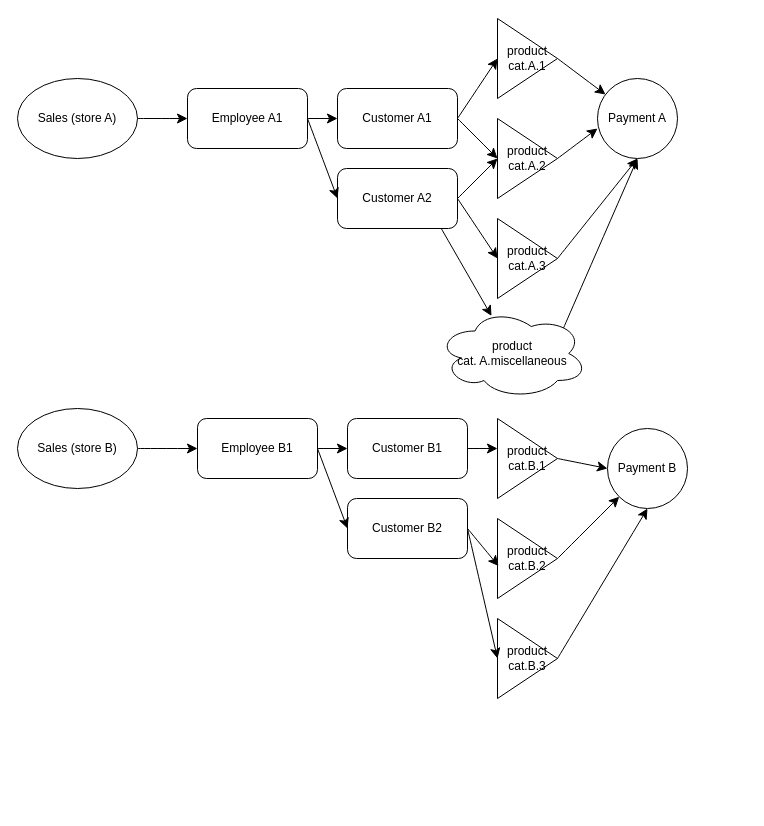
Earlier version of the draw.io diagram Module_1/Lab_18_SQL-Queries/Untitled Diagram.drawio (chatlapin/DAFT_0410). Source tidied: cells renumbered, new cells numbered last; positions are measured from the earlier drawing's top-left corner, leaving out a move shared by most shapes. Both pictures are drawn from the tidied source at 100%, with x=0, y=0 at pixel (17, 18).
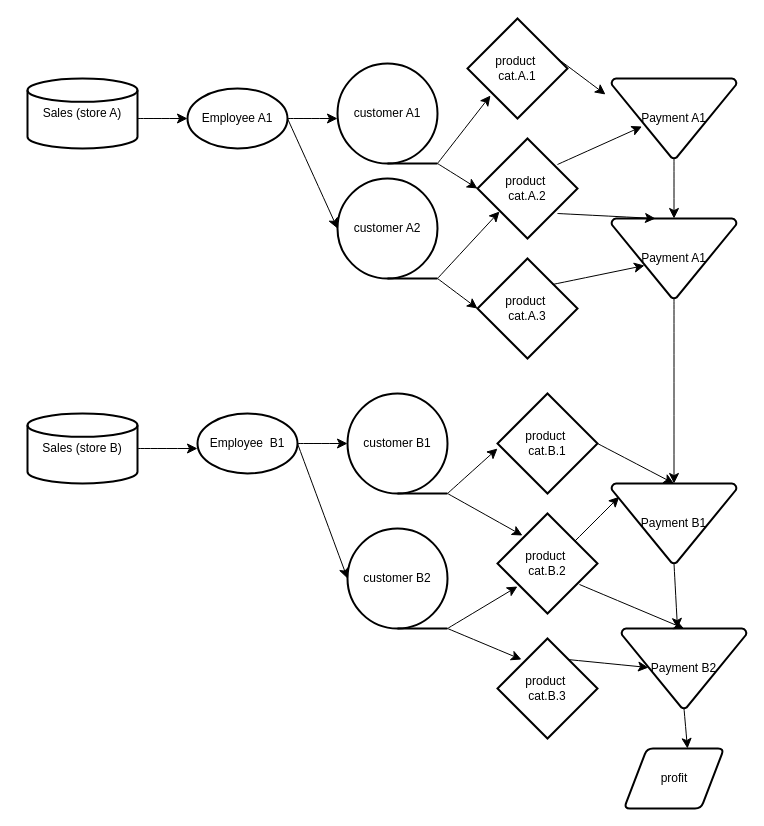
After the change.

What changed in the source:
```diff
@@
-    <mxCell id="2" value="Sales (store A)" style="ellipse;whiteSpace=wrap;html=1;" parent="1" vertex="1">
-      <mxGeometry y="60" width="120" height="80" as="geometry" />
-    </mxCell>
-    <mxCell id="3" value="Employee A1" style="rounded=1;whiteSpace=wrap;html=1;" parent="1" vertex="1">
-      <mxGeometry x="170" y="70" width="120" height="60" as="geometry" />
-    </mxCell>
-    <mxCell id="4" value="Customer A1" style="rounded=1;whiteSpace=wrap;html=1;" parent="1" vertex="1">
-      <mxGeometry x="320" y="70" width="120" height="60" as="geometry" />
-    </mxCell>
-    <mxCell id="5" value="product cat.A.1" style="triangle;whiteSpace=wrap;html=1;" parent="1" vertex="1">
-      <mxGeometry x="480" width="60" height="80" as="geometry" />
-    </mxCell>
-    <mxCell id="6" value="product cat.A.2" style="triangle;whiteSpace=wrap;html=1;" parent="1" vertex="1">
-      <mxGeometry x="480" y="100" width="60" height="80" as="geometry" />
-    </mxCell>
-    <mxCell id="7" value="product&lt;br&gt;cat.A.3" style="triangle;whiteSpace=wrap;html=1;" parent="1" vertex="1">
-      <mxGeometry x="480" y="200" width="60" height="80" as="geometry" />
-    </mxCell>
-    <mxCell id="8" value="product&lt;br&gt;cat. A.miscellaneous" style="ellipse;shape=cloud;whiteSpace=wrap;html=1;" parent="1" vertex="1">
-      <mxGeometry x="420" y="290" width="150" height="90" as="geometry" />
-    </mxCell>
-    <mxCell id="9" value="Payment A" style="ellipse;whiteSpace=wrap;html=1;" parent="1" vertex="1">
-      <mxGeometry x="580" y="60" width="80" height="80" as="geometry" />
-    </mxCell>
-    <mxCell id="10" value="Customer A2" style="rounded=1;whiteSpace=wrap;html=1;" parent="1" vertex="1">
-      <mxGeometry x="320" y="150" width="120" height="60" as="geometry" />
-    </mxCell>
-    <mxCell id="11" value="Sales (store B)" style="ellipse;whiteSpace=wrap;html=1;" parent="1" vertex="1">
-      <mxGeometry y="390" width="120" height="80" as="geometry" />
-    </mxCell>
-    <mxCell id="12" value="Employee B1" style="rounded=1;whiteSpace=wrap;html=1;" parent="1" vertex="1">
-      <mxGeometry x="180" y="400" width="120" height="60" as="geometry" />
-    </mxCell>
-    <mxCell id="13" value="Customer B1" style="rounded=1;whiteSpace=wrap;html=1;" parent="1" vertex="1">
-      <mxGeometry x="330" y="400" width="120" height="60" as="geometry" />
-    </mxCell>
-    <mxCell id="14" value="Customer B2" style="rounded=1;whiteSpace=wrap;html=1;" parent="1" vertex="1">
-      <mxGeometry x="330" y="480" width="120" height="60" as="geometry" />
-    </mxCell>
-    <mxCell id="15" value="product cat.B.1" style="triangle;whiteSpace=wrap;html=1;" parent="1" vertex="1">
-      <mxGeometry x="480" y="400" width="60" height="80" as="geometry" />
-    </mxCell>
-    <mxCell id="16" value="product cat.B.2" style="triangle;whiteSpace=wrap;html=1;" parent="1" vertex="1">
-      <mxGeometry x="480" y="500" width="60" height="80" as="geometry" />
-    </mxCell>
-    <mxCell id="17" value="product cat.B.3" style="triangle;whiteSpace=wrap;html=1;" parent="1" vertex="1">
-      <mxGeometry x="480" y="600" width="60" height="80" as="geometry" />
-    </mxCell>
-    <mxCell id="18" value="Payment B" style="ellipse;whiteSpace=wrap;html=1;" parent="1" vertex="1">
-      <mxGeometry x="590" y="410" width="80" height="80" as="geometry" />
-    </mxCell>
-    <mxCell id="19" style="endArrow=classic;html=1;rounded=0;fontSize=12;startSize=8;endSize=8;curved=1;exitX=1;exitY=0.5;exitDx=0;exitDy=0;entryX=0;entryY=0.5;entryDx=0;entryDy=0;" parent="1" edge="1" source="2" target="3">
-      <mxGeometry relative="1" as="geometry" />
+    <mxCell id="19" style="endArrow=classic;html=1;rounded=0;fontSize=12;startSize=8;endSize=8;curved=1;exitX=1;exitY=0.5;exitDx=0;exitDy=0;entryX=0;entryY=0.5;entryDx=0;entryDy=0;" parent="1" edge="1">
+      <mxGeometry relative="1" as="geometry">
+        <mxPoint x="120" y="100" as="sourcePoint" />
+        <mxPoint x="170" y="100" as="targetPoint" />
+      </mxGeometry>
     </mxCell>
-    <mxCell id="20" style="endArrow=classic;html=1;rounded=0;fontSize=12;startSize=8;endSize=8;curved=1;exitX=1;exitY=0.5;exitDx=0;exitDy=0;entryX=0;entryY=0.5;entryDx=0;entryDy=0;" parent="1" edge="1" source="11" target="12">
-      <mxGeometry relative="1" as="geometry" />
+    <mxCell id="20" style="endArrow=classic;html=1;rounded=0;fontSize=12;startSize=8;endSize=8;curved=1;exitX=1;exitY=0.5;exitDx=0;exitDy=0;entryX=0;entryY=0.5;entryDx=0;entryDy=0;" parent="1" edge="1">
+      <mxGeometry relative="1" as="geometry">
+        <mxPoint x="120" y="430" as="sourcePoint" />
+        <mxPoint x="180" y="430" as="targetPoint" />
+      </mxGeometry>
     </mxCell>
-    <mxCell id="21" style="endArrow=classic;html=1;rounded=0;fontSize=12;startSize=8;endSize=8;curved=1;exitX=1;exitY=0.5;exitDx=0;exitDy=0;entryX=0;entryY=0.5;entryDx=0;entryDy=0;" parent="1" edge="1" source="3" target="4">
-      <mxGeometry relative="1" as="geometry" />
+    <mxCell id="21" style="endArrow=classic;html=1;rounded=0;fontSize=12;startSize=8;endSize=8;curved=1;exitX=1;exitY=0.5;exitDx=0;exitDy=0;entryX=0;entryY=0.5;entryDx=0;entryDy=0;exitPerimeter=0;" parent="1" edge="1" source="3">
+      <mxGeometry relative="1" as="geometry">
+        <mxPoint x="320" y="100" as="targetPoint" />
+      </mxGeometry>
     </mxCell>
-    <mxCell id="22" style="endArrow=classic;html=1;rounded=0;fontSize=12;startSize=8;endSize=8;curved=1;exitX=1;exitY=0.5;exitDx=0;exitDy=0;entryX=0;entryY=0.5;entryDx=0;entryDy=0;" parent="1" edge="1" source="3" target="10">
+    <mxCell id="22" style="endArrow=classic;html=1;rounded=0;fontSize=12;startSize=8;endSize=8;curved=1;exitX=1;exitY=0.5;exitDx=0;exitDy=0;entryX=0;entryY=0.5;entryDx=0;entryDy=0;exitPerimeter=0;entryPerimeter=0;" parent="1" edge="1" source="3" target="42">
       <mxGeometry relative="1" as="geometry" />
     </mxCell>
-    <mxCell id="23" style="endArrow=classic;html=1;rounded=0;fontSize=12;startSize=8;endSize=8;curved=1;exitX=1;exitY=0.5;exitDx=0;exitDy=0;entryX=0;entryY=0.5;entryDx=0;entryDy=0;" parent="1" edge="1" source="4" target="5">
-      <mxGeometry relative="1" as="geometry" />
-    </mxCell>
-    <mxCell id="24" style="endArrow=classic;html=1;rounded=0;fontSize=12;startSize=8;endSize=8;curved=1;exitX=1;exitY=0.5;exitDx=0;exitDy=0;entryX=0;entryY=0.5;entryDx=0;entryDy=0;" parent="1" edge="1" source="10" target="6">
-      <mxGeometry relative="1" as="geometry" />
-    </mxCell>
-    <mxCell id="25" style="endArrow=classic;html=1;rounded=0;fontSize=12;startSize=8;endSize=8;curved=1;exitX=1;exitY=0.5;exitDx=0;exitDy=0;entryX=0;entryY=0.5;entryDx=0;entryDy=0;" parent="1" edge="1" source="10" target="7">
-      <mxGeometry relative="1" as="geometry" />
-    </mxCell>
-    <mxCell id="26" style="endArrow=classic;html=1;rounded=0;fontSize=12;startSize=8;endSize=8;curved=1;exitX=1;exitY=0.5;exitDx=0;exitDy=0;entryX=0;entryY=0.5;entryDx=0;entryDy=0;" parent="1" edge="1" source="4" target="6">
+    <mxCell id="26" style="endArrow=classic;html=1;rounded=0;fontSize=12;startSize=8;endSize=8;curved=1;exitX=1;exitY=1;exitDx=0;exitDy=0;entryX=0.23;entryY=0.77;entryDx=0;entryDy=0;entryPerimeter=0;exitPerimeter=0;" parent="1" edge="1" source="41" target="5">
       <mxGeometry relative="1" as="geometry" />
     </mxCell>
-    <mxCell id="27" style="endArrow=classic;html=1;rounded=0;fontSize=12;startSize=8;endSize=8;curved=1;exitX=1;exitY=0.5;exitDx=0;exitDy=0;" parent="1" edge="1" source="5" target="9">
-      <mxGeometry relative="1" as="geometry" />
+    <mxCell id="27" style="endArrow=classic;html=1;rounded=0;fontSize=12;startSize=8;endSize=8;curved=1;exitX=1;exitY=0.5;exitDx=0;exitDy=0;" parent="1" edge="1">
+      <mxGeometry relative="1" as="geometry">
+        <mxPoint x="540" y="40" as="sourcePoint" />
+        <mxPoint x="588" y="76" as="targetPoint" />
+      </mxGeometry>
     </mxCell>
-    <mxCell id="28" style="endArrow=classic;html=1;rounded=0;fontSize=12;startSize=8;endSize=8;curved=1;exitX=1;exitY=0.5;exitDx=0;exitDy=0;" parent="1" edge="1" source="6">
-      <mxGeometry relative="1" as="geometry">
-        <mxPoint x="580" y="110" as="targetPoint" />
-      </mxGeometry>
-    </mxCell>
-    <mxCell id="29" style="endArrow=classic;html=1;rounded=0;fontSize=12;startSize=8;endSize=8;curved=1;exitX=1;exitY=0.5;exitDx=0;exitDy=0;entryX=0.5;entryY=1;entryDx=0;entryDy=0;" parent="1" edge="1" source="7" target="9">
+    <mxCell id="29" style="endArrow=classic;html=1;rounded=0;fontSize=12;startSize=8;endSize=8;curved=1;exitX=0.8;exitY=0.26;exitDx=0;exitDy=0;entryX=0.244;entryY=0.6;entryDx=0;entryDy=0;exitPerimeter=0;entryPerimeter=0;" parent="1" edge="1" source="6" target="40">
       <mxGeometry relative="1" as="geometry" />
     </mxCell>
-    <mxCell id="30" style="endArrow=classic;html=1;rounded=0;fontSize=12;startSize=8;endSize=8;curved=1;exitX=0.867;exitY=1.008;exitDx=0;exitDy=0;exitPerimeter=0;entryX=0.36;entryY=0.083;entryDx=0;entryDy=0;entryPerimeter=0;" parent="1" edge="1" source="10" target="8">
+    <mxCell id="30" style="endArrow=classic;html=1;rounded=0;fontSize=12;startSize=8;endSize=8;curved=1;exitX=1;exitY=1;exitDx=0;exitDy=0;exitPerimeter=0;entryX=0.22;entryY=0.73;entryDx=0;entryDy=0;entryPerimeter=0;" parent="1" edge="1" source="42" target="6">
       <mxGeometry relative="1" as="geometry" />
     </mxCell>
-    <mxCell id="31" style="endArrow=classic;html=1;rounded=0;fontSize=12;startSize=8;endSize=8;curved=1;exitX=0.84;exitY=0.217;exitDx=0;exitDy=0;exitPerimeter=0;" parent="1" edge="1" source="8">
-      <mxGeometry relative="1" as="geometry">
-        <mxPoint x="620" y="140" as="targetPoint" />
-      </mxGeometry>
-    </mxCell>
-    <mxCell id="32" style="endArrow=classic;html=1;rounded=0;fontSize=12;startSize=8;endSize=8;curved=1;exitX=1;exitY=0.5;exitDx=0;exitDy=0;entryX=0;entryY=0.5;entryDx=0;entryDy=0;" parent="1" edge="1" source="12" target="13">
-      <mxGeometry relative="1" as="geometry" />
+    <mxCell id="32" style="endArrow=classic;html=1;rounded=0;fontSize=12;startSize=8;endSize=8;curved=1;exitX=1;exitY=0.5;exitDx=0;exitDy=0;exitPerimeter=0;" parent="1" edge="1" source="12">
+      <mxGeometry relative="1" as="geometry">
+        <mxPoint x="330" y="425" as="targetPoint" />
+      </mxGeometry>
     </mxCell>
-    <mxCell id="33" style="endArrow=classic;html=1;rounded=0;fontSize=12;startSize=8;endSize=8;curved=1;exitX=1;exitY=0.5;exitDx=0;exitDy=0;entryX=0;entryY=0.5;entryDx=0;entryDy=0;" parent="1" edge="1" source="12" target="14">
+    <mxCell id="33" style="endArrow=classic;html=1;rounded=0;fontSize=12;startSize=8;endSize=8;curved=1;exitX=1;exitY=0.5;exitDx=0;exitDy=0;entryX=0;entryY=0.5;entryDx=0;entryDy=0;exitPerimeter=0;entryPerimeter=0;" parent="1" edge="1" source="12" target="44">
       <mxGeometry relative="1" as="geometry" />
     </mxCell>
-    <mxCell id="34" style="endArrow=classic;html=1;rounded=0;fontSize=12;startSize=8;endSize=8;curved=1;exitX=1;exitY=0.5;exitDx=0;exitDy=0;" parent="1" edge="1" source="13">
+    <mxCell id="34" style="endArrow=classic;html=1;rounded=0;fontSize=12;startSize=8;endSize=8;curved=1;exitX=1;exitY=1;exitDx=0;exitDy=0;exitPerimeter=0;" parent="1" edge="1" source="43">
       <mxGeometry relative="1" as="geometry">
         <mxPoint x="480" y="430" as="targetPoint" />
       </mxGeometry>
     </mxCell>
-    <mxCell id="35" style="endArrow=classic;html=1;rounded=0;fontSize=12;startSize=8;endSize=8;curved=1;exitX=1;exitY=0.5;exitDx=0;exitDy=0;entryX=0.017;entryY=0.594;entryDx=0;entryDy=0;entryPerimeter=0;" parent="1" edge="1" source="14" target="16">
+    <mxCell id="35" style="endArrow=classic;html=1;rounded=0;fontSize=12;startSize=8;endSize=8;curved=1;exitX=1;exitY=1;exitDx=0;exitDy=0;entryX=0.25;entryY=0.22;entryDx=0;entryDy=0;entryPerimeter=0;exitPerimeter=0;" parent="1" edge="1" source="43" target="16">
       <mxGeometry relative="1" as="geometry" />
     </mxCell>
-    <mxCell id="36" style="endArrow=classic;html=1;rounded=0;fontSize=12;startSize=8;endSize=8;curved=1;exitX=1;exitY=0.5;exitDx=0;exitDy=0;entryX=0;entryY=0.5;entryDx=0;entryDy=0;" parent="1" edge="1" source="14" target="17">
+    <mxCell id="36" style="endArrow=classic;html=1;rounded=0;fontSize=12;startSize=8;endSize=8;curved=1;exitX=1;exitY=1;exitDx=0;exitDy=0;entryX=0.2;entryY=0.73;entryDx=0;entryDy=0;exitPerimeter=0;entryPerimeter=0;" parent="1" edge="1" source="44" target="16">
       <mxGeometry relative="1" as="geometry" />
     </mxCell>
-    <mxCell id="37" style="endArrow=classic;html=1;rounded=0;fontSize=12;startSize=8;endSize=8;curved=1;exitX=1;exitY=0.5;exitDx=0;exitDy=0;entryX=0;entryY=0.5;entryDx=0;entryDy=0;" parent="1" edge="1" source="15" target="18">
+    <mxCell id="37" style="endArrow=classic;html=1;rounded=0;fontSize=12;startSize=8;endSize=8;curved=1;exitX=1;exitY=0.5;exitDx=0;exitDy=0;entryX=0.5;entryY=0;entryDx=0;entryDy=0;exitPerimeter=0;entryPerimeter=0;" parent="1" edge="1" source="15" target="47">
       <mxGeometry relative="1" as="geometry" />
     </mxCell>
-    <mxCell id="38" style="endArrow=classic;html=1;rounded=0;fontSize=12;startSize=8;endSize=8;curved=1;exitX=1;exitY=0.5;exitDx=0;exitDy=0;entryX=0;entryY=1;entryDx=0;entryDy=0;" parent="1" edge="1" source="16" target="18">
-      <mxGeometry relative="1" as="geometry" />
+    <mxCell id="38" style="endArrow=classic;html=1;rounded=0;fontSize=12;startSize=8;endSize=8;curved=1;exitX=1;exitY=0.5;exitDx=0;exitDy=0;entryX=0;entryY=1;entryDx=0;entryDy=0;" parent="1" edge="1">
+      <mxGeometry relative="1" as="geometry">
+        <mxPoint x="540" y="540" as="sourcePoint" />
+        <mxPoint x="601.7" y="478.3" as="targetPoint" />
+      </mxGeometry>
     </mxCell>
-    <mxCell id="39" style="endArrow=classic;html=1;rounded=0;fontSize=12;startSize=8;endSize=8;curved=1;exitX=1;exitY=0.5;exitDx=0;exitDy=0;entryX=0.5;entryY=1;entryDx=0;entryDy=0;" parent="1" edge="1" source="17" target="18">
-      <mxGeometry relative="1" as="geometry" />
+    <mxCell id="39" style="endArrow=classic;html=1;rounded=0;fontSize=12;startSize=8;endSize=8;curved=1;exitX=1;exitY=0.5;exitDx=0;exitDy=0;entryX=0.216;entryY=0.488;entryDx=0;entryDy=0;entryPerimeter=0;" parent="1" edge="1" target="52">
+      <mxGeometry relative="1" as="geometry">
+        <mxPoint x="540" y="640" as="sourcePoint" />
+      </mxGeometry>
     </mxCell>
+    <mxCell id="2" value="Sales (store A)" style="strokeWidth=2;html=1;shape=mxgraph.flowchart.database;whiteSpace=wrap;" parent="1" vertex="1">
+      <mxGeometry x="10" y="60" width="110" height="70" as="geometry" />
+    </mxCell>
+    <mxCell id="11" value="Sales (store B)" style="strokeWidth=2;html=1;shape=mxgraph.flowchart.database;whiteSpace=wrap;" parent="1" vertex="1">
+      <mxGeometry x="10" y="395" width="110" height="70" as="geometry" />
+    </mxCell>
+    <mxCell id="40" value="Payment A1" style="strokeWidth=2;html=1;shape=mxgraph.flowchart.merge_or_storage;whiteSpace=wrap;" parent="1" vertex="1">
+      <mxGeometry x="594" y="60" width="125" height="80" as="geometry" />
+    </mxCell>
+    <mxCell id="3" value="Employee A1" style="strokeWidth=2;html=1;shape=mxgraph.flowchart.start_1;whiteSpace=wrap;" parent="1" vertex="1">
+      <mxGeometry x="170" y="70" width="100" height="60" as="geometry" />
+    </mxCell>
+    <mxCell id="5" value="product&amp;nbsp;&lt;br&gt;cat.A.1" style="strokeWidth=2;html=1;shape=mxgraph.flowchart.decision;whiteSpace=wrap;" parent="1" vertex="1">
+      <mxGeometry x="450" width="100" height="100" as="geometry" />
+    </mxCell>
+    <mxCell id="12" value="Employee&amp;nbsp; B1" style="strokeWidth=2;html=1;shape=mxgraph.flowchart.start_1;whiteSpace=wrap;" parent="1" vertex="1">
+      <mxGeometry x="180" y="395" width="100" height="60" as="geometry" />
+    </mxCell>
+    <mxCell id="6" value="product&amp;nbsp;&lt;br&gt;cat.A.2" style="strokeWidth=2;html=1;shape=mxgraph.flowchart.decision;whiteSpace=wrap;" parent="1" vertex="1">
+      <mxGeometry x="460" y="120" width="100" height="100" as="geometry" />
+    </mxCell>
+    <mxCell id="7" value="product&amp;nbsp;&lt;br&gt;cat.A.3" style="strokeWidth=2;html=1;shape=mxgraph.flowchart.decision;whiteSpace=wrap;" parent="1" vertex="1">
+      <mxGeometry x="460" y="240" width="100" height="100" as="geometry" />
+    </mxCell>
+    <mxCell id="15" value="product&amp;nbsp;&lt;br&gt;cat.B.1" style="strokeWidth=2;html=1;shape=mxgraph.flowchart.decision;whiteSpace=wrap;" parent="1" vertex="1">
+      <mxGeometry x="480" y="375" width="100" height="100" as="geometry" />
+    </mxCell>
+    <mxCell id="16" value="product&amp;nbsp;&lt;br&gt;cat.B.2" style="strokeWidth=2;html=1;shape=mxgraph.flowchart.decision;whiteSpace=wrap;" parent="1" vertex="1">
+      <mxGeometry x="480" y="495" width="100" height="100" as="geometry" />
+    </mxCell>
+    <mxCell id="17" value="product&amp;nbsp;&lt;br&gt;cat.B.3" style="strokeWidth=2;html=1;shape=mxgraph.flowchart.decision;whiteSpace=wrap;" parent="1" vertex="1">
+      <mxGeometry x="480" y="620" width="100" height="100" as="geometry" />
+    </mxCell>
+    <mxCell id="41" value="customer A1" style="strokeWidth=2;html=1;shape=mxgraph.flowchart.sequential_data;whiteSpace=wrap;" parent="1" vertex="1">
+      <mxGeometry x="320" y="45" width="100" height="100" as="geometry" />
+    </mxCell>
+    <mxCell id="42" value="customer A2" style="strokeWidth=2;html=1;shape=mxgraph.flowchart.sequential_data;whiteSpace=wrap;" parent="1" vertex="1">
+      <mxGeometry x="320" y="160" width="100" height="100" as="geometry" />
+    </mxCell>
+    <mxCell id="43" value="customer B1" style="strokeWidth=2;html=1;shape=mxgraph.flowchart.sequential_data;whiteSpace=wrap;" parent="1" vertex="1">
+      <mxGeometry x="330" y="375" width="100" height="100" as="geometry" />
+    </mxCell>
+    <mxCell id="44" value="customer B2" style="strokeWidth=2;html=1;shape=mxgraph.flowchart.sequential_data;whiteSpace=wrap;" parent="1" vertex="1">
+      <mxGeometry x="330" y="510" width="100" height="100" as="geometry" />
+    </mxCell>
+    <mxCell id="45" style="endArrow=classic;html=1;rounded=0;fontSize=12;startSize=8;endSize=8;curved=1;exitX=1;exitY=1;exitDx=0;exitDy=0;exitPerimeter=0;entryX=0;entryY=0.5;entryDx=0;entryDy=0;entryPerimeter=0;" parent="1" edge="1" source="41" target="6">
+      <mxGeometry relative="1" as="geometry" />
+    </mxCell>
+    <mxCell id="46" style="endArrow=classic;html=1;rounded=0;fontSize=12;startSize=8;endSize=8;curved=1;entryX=0;entryY=0.5;entryDx=0;entryDy=0;entryPerimeter=0;" parent="1" edge="1" target="7">
+      <mxGeometry relative="1" as="geometry">
+        <mxPoint x="420" y="260" as="sourcePoint" />
+      </mxGeometry>
+    </mxCell>
+    <mxCell id="47" value="Payment B1" style="strokeWidth=2;html=1;shape=mxgraph.flowchart.merge_or_storage;whiteSpace=wrap;" parent="1" vertex="1">
+      <mxGeometry x="594" y="465" width="125" height="80" as="geometry" />
+    </mxCell>
+    <mxCell id="48" style="endArrow=classic;html=1;rounded=0;fontSize=12;startSize=8;endSize=8;curved=1;exitX=1;exitY=1;exitDx=0;exitDy=0;exitPerimeter=0;entryX=0.24;entryY=0.21;entryDx=0;entryDy=0;entryPerimeter=0;" parent="1" edge="1" source="44" target="17">
+      <mxGeometry relative="1" as="geometry" />
+    </mxCell>
+    <mxCell id="49" value="Payment A1" style="strokeWidth=2;html=1;shape=mxgraph.flowchart.merge_or_storage;whiteSpace=wrap;" parent="1" vertex="1">
+      <mxGeometry x="594" y="200" width="125" height="80" as="geometry" />
+    </mxCell>
+    <mxCell id="50" style="endArrow=classic;html=1;rounded=0;fontSize=12;startSize=8;endSize=8;curved=1;exitX=0.8;exitY=0.75;exitDx=0;exitDy=0;exitPerimeter=0;entryX=0.352;entryY=0;entryDx=0;entryDy=0;entryPerimeter=0;" parent="1" edge="1" source="6" target="49">
+      <mxGeometry relative="1" as="geometry" />
+    </mxCell>
+    <mxCell id="51" style="endArrow=classic;html=1;rounded=0;fontSize=12;startSize=8;endSize=8;curved=1;exitX=0.75;exitY=0.26;exitDx=0;exitDy=0;exitPerimeter=0;entryX=0.264;entryY=0.588;entryDx=0;entryDy=0;entryPerimeter=0;" parent="1" edge="1" source="7" target="49">
+      <mxGeometry relative="1" as="geometry" />
+    </mxCell>
+    <mxCell id="52" value="Payment B2" style="strokeWidth=2;html=1;shape=mxgraph.flowchart.merge_or_storage;whiteSpace=wrap;" parent="1" vertex="1">
+      <mxGeometry x="604" y="610" width="125" height="80" as="geometry" />
+    </mxCell>
+    <mxCell id="53" style="endArrow=classic;html=1;rounded=0;fontSize=12;startSize=8;endSize=8;curved=1;exitX=0.82;exitY=0.71;exitDx=0;exitDy=0;exitPerimeter=0;entryX=0.5;entryY=0;entryDx=0;entryDy=0;entryPerimeter=0;" parent="1" edge="1" source="16" target="52">
+      <mxGeometry relative="1" as="geometry" />
+    </mxCell>
+    <mxCell id="54" style="endArrow=classic;html=1;rounded=0;fontSize=12;startSize=8;endSize=8;curved=1;exitX=0.5;exitY=1;exitDx=0;exitDy=0;exitPerimeter=0;" parent="1" edge="1" source="40" target="49">
+      <mxGeometry relative="1" as="geometry" />
+    </mxCell>
+    <mxCell id="55" style="endArrow=classic;html=1;rounded=0;fontSize=12;startSize=8;endSize=8;curved=1;exitX=0.5;exitY=1;exitDx=0;exitDy=0;exitPerimeter=0;entryX=0.5;entryY=0;entryDx=0;entryDy=0;entryPerimeter=0;" parent="1" edge="1" source="49" target="47">
+      <mxGeometry relative="1" as="geometry" />
+    </mxCell>
+    <mxCell id="56" style="endArrow=classic;html=1;rounded=0;fontSize=12;startSize=8;endSize=8;curved=1;exitX=0.5;exitY=1;exitDx=0;exitDy=0;exitPerimeter=0;" parent="1" edge="1" source="47">
+      <mxGeometry relative="1" as="geometry">
+        <mxPoint x="660" y="610" as="targetPoint" />
+      </mxGeometry>
+    </mxCell>
+    <mxCell id="57" value="profit" style="shape=parallelogram;html=1;strokeWidth=2;perimeter=parallelogramPerimeter;whiteSpace=wrap;rounded=1;arcSize=12;size=0.23;" parent="1" vertex="1">
+      <mxGeometry x="606.5" y="730" width="100" height="60" as="geometry" />
+    </mxCell>
+    <mxCell id="58" style="endArrow=classic;html=1;rounded=0;fontSize=12;startSize=8;endSize=8;curved=1;exitX=0.5;exitY=1;exitDx=0;exitDy=0;exitPerimeter=0;entryX=0.635;entryY=0;entryDx=0;entryDy=0;entryPerimeter=0;" parent="1" edge="1" source="52" target="57">
+      <mxGeometry relative="1" as="geometry" />
+    </mxCell>
```
